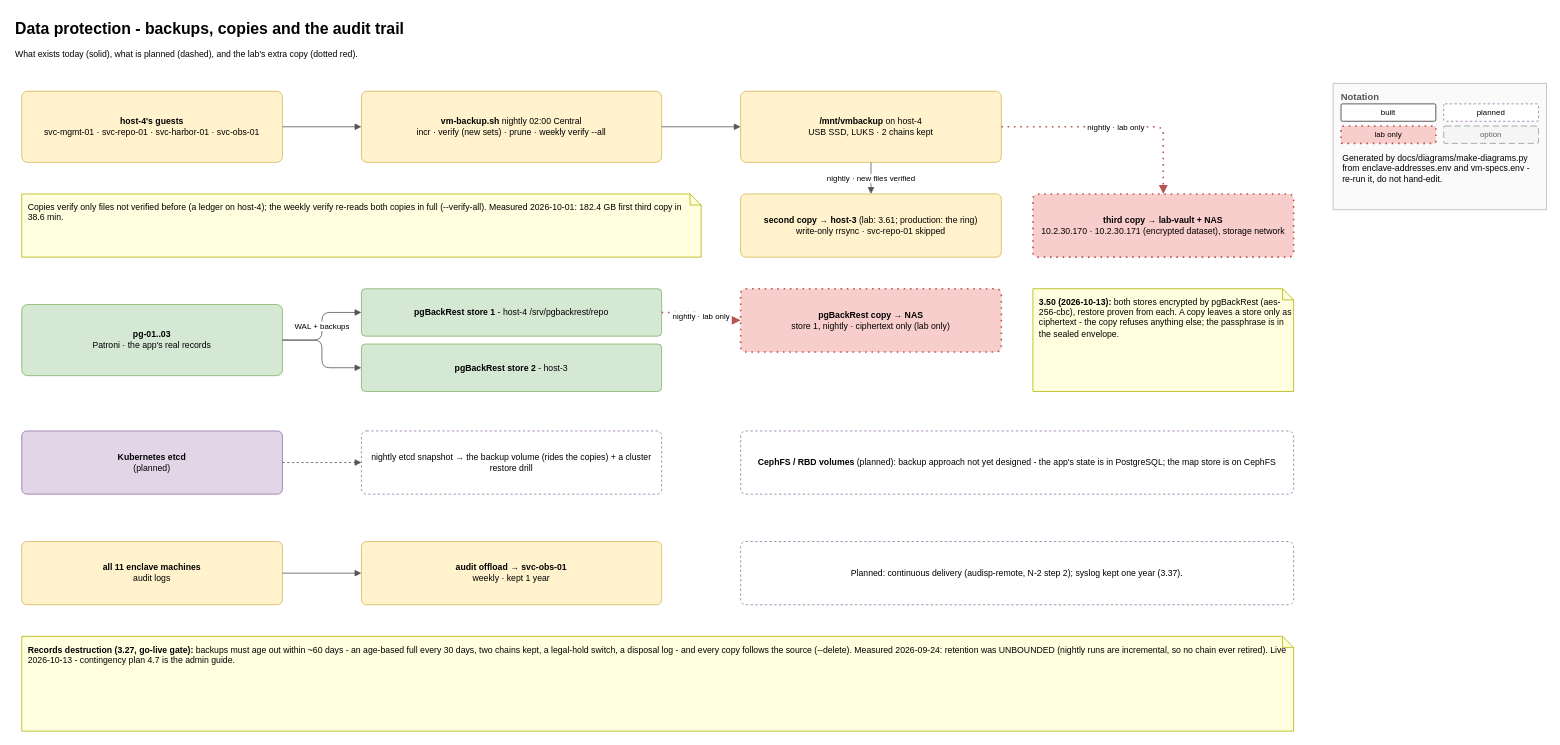
This is page "6 - Data protection" (7 of 7) of docs/diagrams/enclave-all-pages.drawio from mcveybrian-ship-it/canonical-k8s, a draw.io file, before an edit. Source tidied: cells renumbered, new cells numbered last; positions are measured from the earlier drawing's top-left corner, leaving out a move shared by most shapes. Both pictures are drawn from the tidied source at 79%, with x=0, y=0 at pixel (13, 13).
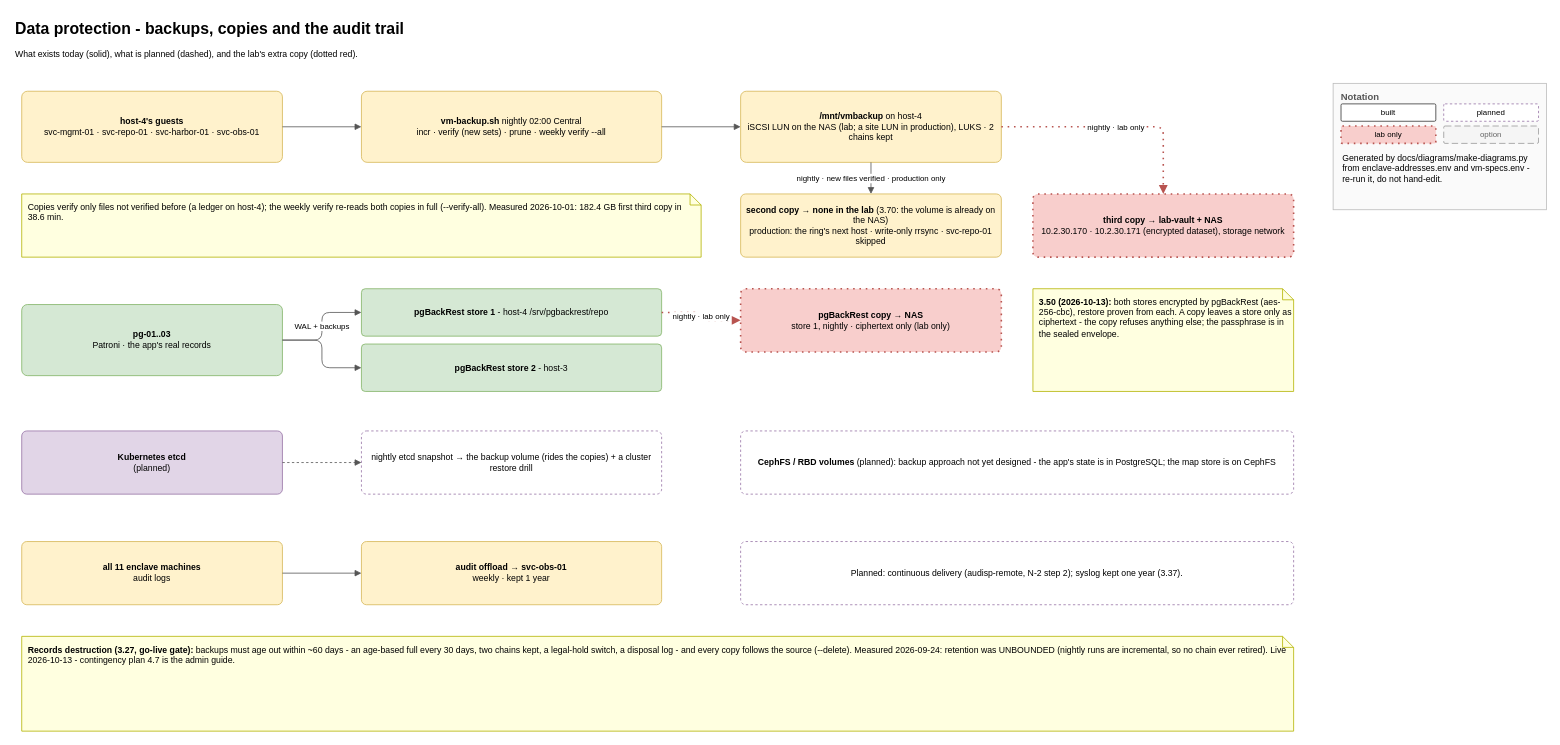
Above is the later version.

Diff of the diagram source:
```diff
@@
-    <mxCell id="12" value="&lt;b&gt;/mnt/vmbackup&lt;/b&gt; on host-4&lt;br&gt;USB SSD, LUKS · 2 chains kept" style="rounded=1;whiteSpace=wrap;html=1;arcSize=8;fillColor=#fff2cc;strokeColor=#d6b656;fontSize=11;" parent="1" vertex="1">
+    <mxCell id="12" value="&lt;b&gt;/mnt/vmbackup&lt;/b&gt; on host-4&lt;br&gt;iSCSI LUN on the NAS (lab; a site LUN in production), LUKS · 2 chains kept" style="rounded=1;whiteSpace=wrap;html=1;arcSize=8;fillColor=#fff2cc;strokeColor=#d6b656;fontSize=11;" parent="1" vertex="1">
       <mxGeometry x="920" y="98" width="330" height="90" as="geometry" />
     </mxCell>
-    <mxCell id="13" value="&lt;b&gt;second copy → host-3&lt;/b&gt; (lab: 3.61; production: the ring)&lt;br&gt;write-only rrsync · svc-repo-01 skipped" style="rounded=1;whiteSpace=wrap;html=1;arcSize=8;fillColor=#fff2cc;strokeColor=#d6b656;fontSize=11;" parent="1" vertex="1">
+    <mxCell id="13" value="&lt;b&gt;second copy → none in the lab&lt;/b&gt; (3.70: the volume is already on the NAS)&lt;br&gt;production: the ring's next host · write-only rrsync · svc-repo-01 skipped" style="rounded=1;whiteSpace=wrap;html=1;arcSize=8;fillColor=#fff2cc;strokeColor=#d6b656;fontSize=11;" parent="1" vertex="1">
       <mxGeometry x="920" y="228" width="330" height="80" as="geometry" />
     </mxCell>
@@
-    <mxCell id="17" value="nightly · new files verified" style="endArrow=block;endFill=1;html=1;rounded=1;edgeStyle=orthogonalEdgeStyle;strokeColor=#555555;fontSize=10;" parent="1" edge="1" source="12" target="13">
+    <mxCell id="17" value="nightly · new files verified · production only" style="endArrow=block;endFill=1;html=1;rounded=1;edgeStyle=orthogonalEdgeStyle;strokeColor=#555555;fontSize=10;" parent="1" edge="1" source="12" target="13">
       <mxGeometry relative="1" as="geometry" />
     </mxCell>
```
